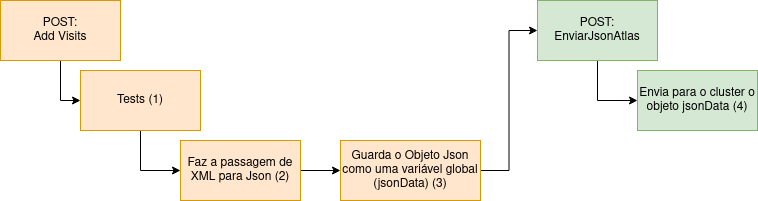
GoncaloGil0/PEI-University keeps this draw.io diagram as Docs/img/XMLtoJsonDiagram.drawio.png. Above is the earlier version. Source tidied: cells renumbered, new cells last; positions are measured from the earlier drawing's top-left corner, leaving out a move shared by most shapes.
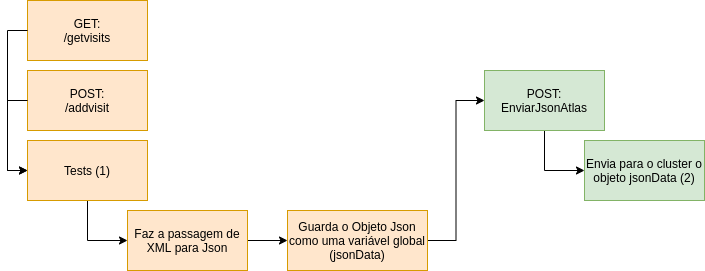
After the change.

Commit message:
atualização das imagens png dosdiagramas

What changed in the source:
```diff
@@ -2,15 +2,8 @@
   <root>
     <mxCell id="0" />
     <mxCell id="1" parent="0" />
-    <mxCell id="2" style="edgeStyle=orthogonalEdgeStyle;rounded=0;jettySize=auto;html=1;entryX=0;entryY=0.5;entryDx=0;entryDy=0;" parent="1" edge="1" source="3" target="7">
-      <mxGeometry relative="1" as="geometry">
-        <Array as="points">
-          <mxPoint x="60" y="100" />
-        </Array>
-      </mxGeometry>
-    </mxCell>
-    <mxCell id="3" value="&lt;div&gt;POST:&lt;/div&gt;&lt;div&gt; Add Visits&lt;/div&gt;" style="rounded=0;whiteSpace=wrap;html=1;fillColor=#ffe6cc;strokeColor=#d79b00;" parent="1" vertex="1">
-      <mxGeometry width="120" height="60" as="geometry" />
+    <mxCell id="3" value="&lt;div&gt;POST:&lt;/div&gt;&lt;div&gt;/addvisit&lt;/div&gt;" style="rounded=0;whiteSpace=wrap;html=1;fillColor=#ffe6cc;strokeColor=#d79b00;" parent="1" vertex="1">
+      <mxGeometry x="80" width="120" height="60" as="geometry" />
     </mxCell>
     <mxCell id="4" style="edgeStyle=orthogonalEdgeStyle;rounded=0;jettySize=auto;html=1;entryX=0;entryY=0.5;entryDx=0;entryDy=0;" parent="1" edge="1" source="5" target="12">
       <mxGeometry relative="1" as="geometry">
@@ -31,17 +24,40 @@
     <mxCell id="8" style="edgeStyle=orthogonalEdgeStyle;rounded=0;jettySize=auto;html=1;" parent="1" edge="1" source="9" target="11">
       <mxGeometry relative="1" as="geometry" />
     </mxCell>
-    <mxCell id="9" value="Faz a passagem de XML para Json  (2)" style="whiteSpace=wrap;html=1;fillColor=#ffe6cc;strokeColor=#d79b00;rounded=0;" parent="1" vertex="1">
+    <mxCell id="9" value="Faz a passagem de XML para Json" style="whiteSpace=wrap;html=1;fillColor=#ffe6cc;strokeColor=#d79b00;rounded=0;" parent="1" vertex="1">
       <mxGeometry x="180" y="140" width="120" height="60" as="geometry" />
     </mxCell>
     <mxCell id="10" style="edgeStyle=orthogonalEdgeStyle;rounded=0;jettySize=auto;html=1;entryX=0;entryY=0.5;entryDx=0;entryDy=0;" parent="1" edge="1" source="11" target="5">
       <mxGeometry relative="1" as="geometry" />
     </mxCell>
-    <mxCell id="11" value="Guarda o Objeto Json como uma variável global (jsonData)  (3)" style="whiteSpace=wrap;html=1;fillColor=#ffe6cc;strokeColor=#d79b00;rounded=0;" parent="1" vertex="1">
+    <mxCell id="11" value="Guarda o Objeto Json como uma variável global (jsonData)" style="whiteSpace=wrap;html=1;fillColor=#ffe6cc;strokeColor=#d79b00;rounded=0;" parent="1" vertex="1">
       <mxGeometry x="340" y="140" width="140" height="60" as="geometry" />
     </mxCell>
-    <mxCell id="12" value="Envia para o cluster o objeto jsonData  (4)" style="whiteSpace=wrap;html=1;fillColor=#d5e8d4;strokeColor=#82b366;rounded=0;" parent="1" vertex="1">
+    <mxCell id="12" value="Envia para o cluster o objeto jsonData  (2)" style="whiteSpace=wrap;html=1;fillColor=#d5e8d4;strokeColor=#82b366;rounded=0;" parent="1" vertex="1">
       <mxGeometry x="637" y="70" width="120" height="60" as="geometry" />
     </mxCell>
+    <mxCell id="13" value="&lt;div&gt;GET:&lt;/div&gt;&lt;div&gt; /getvisits&lt;/div&gt;" style="rounded=0;whiteSpace=wrap;html=1;fillColor=#ffe6cc;strokeColor=#d79b00;" parent="1" vertex="1">
+      <mxGeometry x="80" y="-70" width="120" height="60" as="geometry" />
+    </mxCell>
+    <mxCell id="14" style="edgeStyle=orthogonalEdgeStyle;rounded=0;orthogonalLoop=1;jettySize=auto;html=1;entryX=0;entryY=0.5;entryDx=0;entryDy=0;" parent="1" edge="1">
+      <mxGeometry relative="1" as="geometry">
+        <mxPoint x="80" y="30" as="sourcePoint" />
+        <mxPoint x="80" y="100" as="targetPoint" />
+        <Array as="points">
+          <mxPoint x="60" y="100" />
+        </Array>
+      </mxGeometry>
+    </mxCell>
+    <mxCell id="15" style="edgeStyle=orthogonalEdgeStyle;rounded=0;orthogonalLoop=1;jettySize=auto;html=1;entryX=0;entryY=0.5;entryDx=0;entryDy=0;" parent="1" edge="1">
+      <mxGeometry relative="1" as="geometry">
+        <mxPoint x="80" y="-40" as="sourcePoint" />
+        <mxPoint x="80" y="100" as="targetPoint" />
+        <Array as="points">
+          <mxPoint x="80" y="-40" />
+          <mxPoint x="60" y="-40" />
+          <mxPoint x="60" y="100" />
+        </Array>
+      </mxGeometry>
+    </mxCell>
   </root>
 </mxGraphModel>
```
